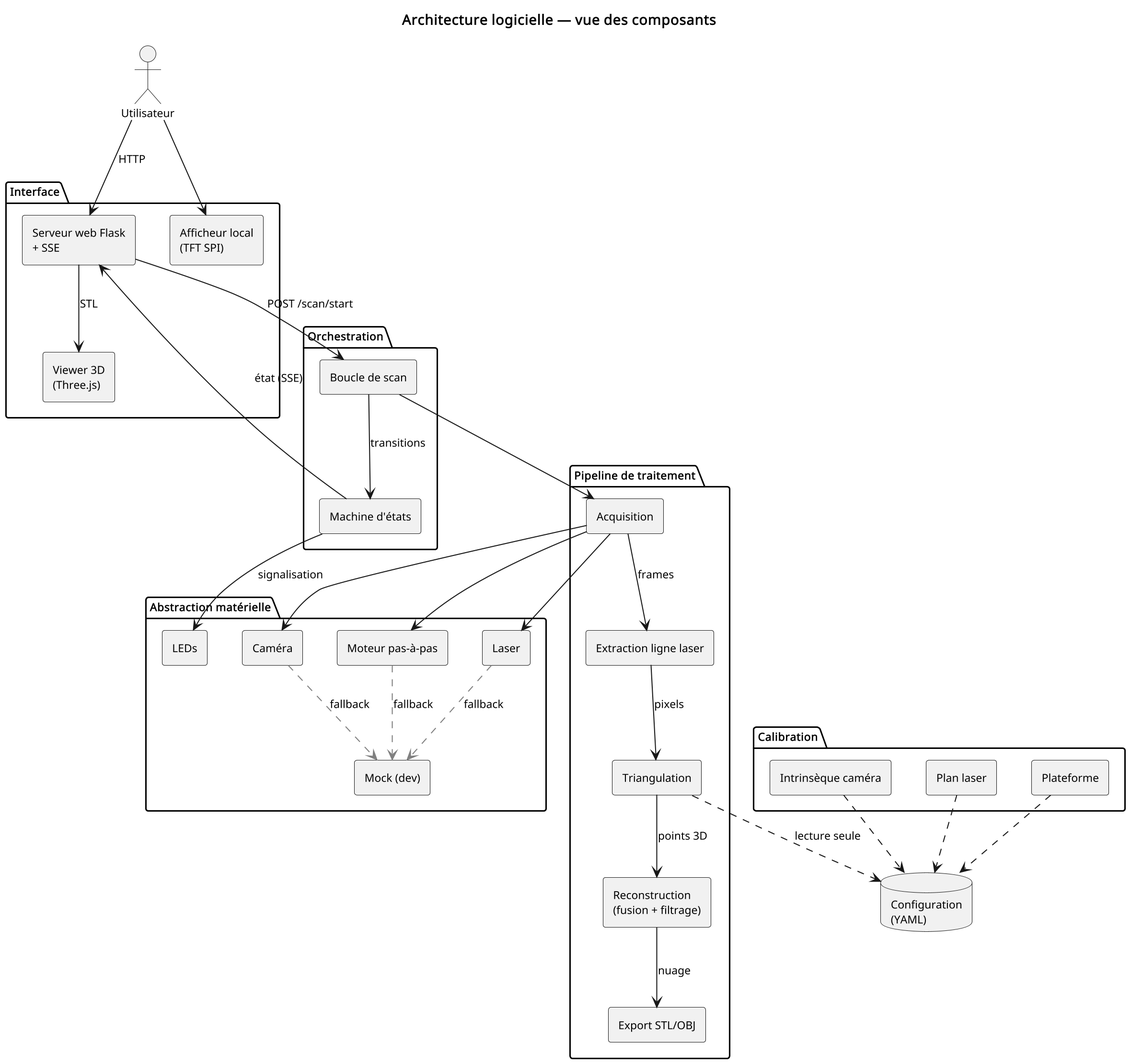
Above: docs/rapport/diagrams/architecture_composants.png in tom-berthoud/scanner3d-pmd (PlantUML), before the change.
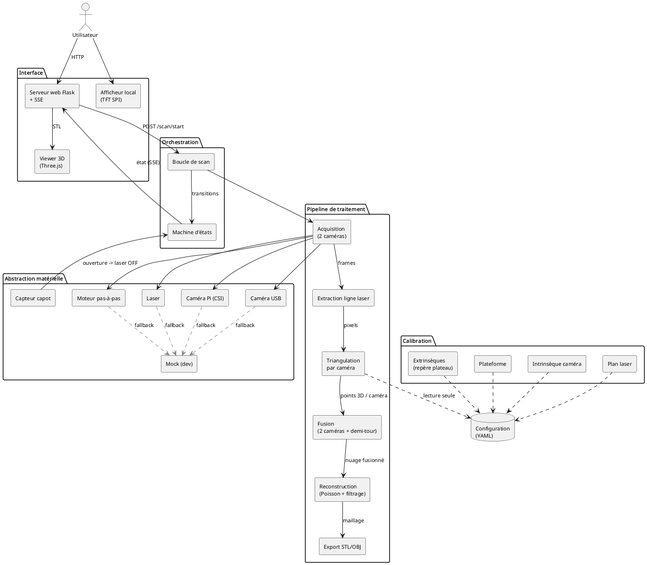
The same diagram one commit later.

The edit, as a diff of the source:
```diff
@@ -1,12 +1,10 @@
 @startuml architecture_composants
-skinparamlocked dpi 200
 
 skinparam componentStyle rectangle
 skinparam shadowing false
 skinparam defaultFontName Latin Modern Roman
 skinparam defaultFontSize 11
 
-title Architecture logicielle — vue des composants
 
 actor "Utilisateur" as user
 
@@ -22,24 +20,27 @@
 }
 
 package "Pipeline de traitement" {
-  [Acquisition] as acq
+  [Acquisition\n(2 caméras)] as acq
   [Extraction ligne laser] as line
-  [Triangulation] as tri
-  [Reconstruction\n(fusion + filtrage)] as recon
+  [Triangulation\npar caméra] as tri
+  [Fusion\n(2 caméras + demi-tour)] as fuse
+  [Reconstruction\n(Poisson + filtrage)] as recon
   [Export STL/OBJ] as export
 }
 
 package "Calibration" {
   [Intrinsèque caméra] as calib_cam
   [Plan laser] as calib_laser
+  [Extrinsèques\n(repère plateau)] as calib_ext
   [Plateforme] as calib_plat
 }
 
 package "Abstraction matérielle" {
-  [Caméra] as hw_cam
+  [Caméra Pi (CSI)] as hw_cam
+  [Caméra USB] as hw_usb
   [Moteur pas-à-pas] as hw_motor
   [Laser] as hw_laser
-  [LEDs] as hw_led
+  [Capteur capot] as hw_door
   [Mock (dev)] as hw_mock
 }
 
@@ -55,16 +56,20 @@
 acq --> hw_motor
 acq --> hw_laser
 acq --> hw_cam
+acq --> hw_usb
 acq --> line : frames
 line --> tri : pixels
-tri --> recon : points 3D
-recon --> export : nuage
-fsm --> hw_led : signalisation
+tri --> fuse : points 3D / caméra
+fuse --> recon : nuage fusionné
+recon --> export : maillage
+hw_door --> fsm : ouverture -> laser OFF
 calib_cam ..> cfg
 calib_laser ..> cfg
+calib_ext ..> cfg
 calib_plat ..> cfg
 tri ..> cfg : lecture seule
 hw_cam .[#gray].> hw_mock : fallback
+hw_usb .[#gray].> hw_mock : fallback
 hw_motor .[#gray].> hw_mock : fallback
 hw_laser .[#gray].> hw_mock : fallback
 
```
